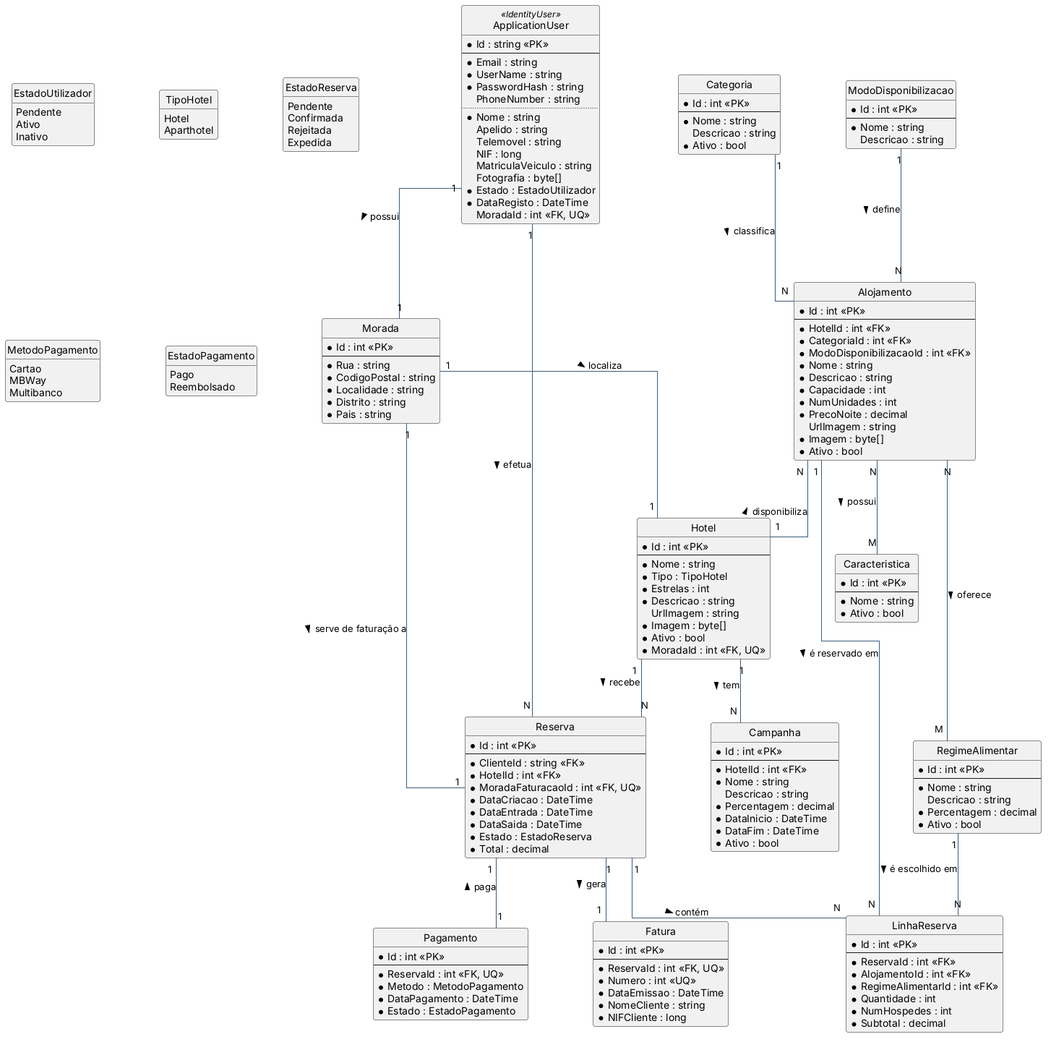
Before: DOCS/MER_MyHotels.png, a diagram exported from PlantUML (leonardoferreira20/pweb). Its diagram source:
```plantuml
@startuml MER_MyHotels

hide circle
hide empty members
skinparam linetype ortho
skinparam nodesep 90
skinparam ranksep 80
skinparam shadowing false
skinparam defaultFontName Arial
skinparam roundCorner 6
skinparam entity {
  BackgroundColor #FFFFFF
  BorderColor #3B5B7A
  HeaderBackgroundColor #DCE7F2
}
skinparam enum {
  BackgroundColor #F7F7F7
  BorderColor #999999
}
skinparam ArrowColor #3B5B7A


entity "ApplicationUser" as user <<IdentityUser>> {
  * Id : string <<PK>>
  --
  * Email : string
  * UserName : string
  * PasswordHash : string
  PhoneNumber : string
  ..
  * Nome : string
  Apelido : string
  Telemovel : string
  NIF : long
  MatriculaVeiculo : string
  Fotografia : byte[]
  * Estado : EstadoUtilizador
  * DataRegisto : DateTime
  MoradaId : int <<FK, UQ>>
}

entity "Morada" as morada {
  * Id : int <<PK>>
  --
  * Rua : string
  * CodigoPostal : string
  * Localidade : string
  * Distrito : string
  * Pais : string
}


entity "Hotel" as hotel {
  * Id : int <<PK>>
  --
  * Nome : string
  * Tipo : TipoHotel
  * Estrelas : int
  * Descricao : string
  UrlImagem : string
  * Imagem : byte[]
  * Ativo : bool
  * MoradaId : int <<FK, UQ>>
}

entity "Categoria" as categoria {
  * Id : int <<PK>>
  --
  * Nome : string
  Descricao : string
  * Ativo : bool
}

entity "ModoDisponibilizacao" as modo {
  * Id : int <<PK>>
  --
  * Nome : string
  Descricao : string
}

entity "Caracteristica" as caracteristica {
  * Id : int <<PK>>
  --
  * Nome : string
  * Ativo : bool
}

entity "Alojamento" as alojamento {
  * Id : int <<PK>>
  --
  * HotelId : int <<FK>>
  * CategoriaId : int <<FK>>
  * ModoDisponibilizacaoId : int <<FK>>
  * Nome : string
  * Descricao : string
  * Capacidade : int
  * NumUnidades : int
  * PrecoNoite : decimal
  UrlImagem : string
  * Imagem : byte[]
  * Ativo : bool
}

entity "RegimeAlimentar" as regime {
  * Id : int <<PK>>
  --
  * Nome : string
  Descricao : string
  * Percentagem : decimal
  * Ativo : bool
}

entity "Campanha" as campanha {
  * Id : int <<PK>>
  --
  * HotelId : int <<FK>>
  * Nome : string
  Descricao : string
  * Percentagem : decimal
  * DataInicio : DateTime
  * DataFim : DateTime
  * Ativo : bool
}


entity "Reserva" as reserva {
  * Id : int <<PK>>
  --
  * ClienteId : string <<FK>>
  * HotelId : int <<FK>>
  * MoradaFaturacaoId : int <<FK, UQ>>
  * DataCriacao : DateTime
  * DataEntrada : DateTime
  * DataSaida : DateTime
  * Estado : EstadoReserva
  * Total : decimal
}

entity "LinhaReserva" as linhaReserva {
  * Id : int <<PK>>
  --
  * ReservaId : int <<FK>>
  * AlojamentoId : int <<FK>>
  * RegimeAlimentarId : int <<FK>>
  * Quantidade : int
  * NumHospedes : int
  * Subtotal : decimal
}


entity "Pagamento" as pagamento {
  * Id : int <<PK>>
  --
  * ReservaId : int <<FK, UQ>>
  * Metodo : MetodoPagamento
  * DataPagamento : DateTime
  * Estado : EstadoPagamento
}

entity "Fatura" as fatura {
  * Id : int <<PK>>
  --
  * ReservaId : int <<FK, UQ>>
  * Numero : int <<UQ>>
  * DataEmissao : DateTime
  * NomeCliente : string
  * NIFCliente : long
}


enum EstadoUtilizador {
  Pendente
  Ativo
  Inativo
}

enum TipoHotel {
  Hotel
  Aparthotel
}

enum EstadoReserva {
  Pendente
  Confirmada
  Rejeitada
  Expedida
}

enum MetodoPagamento {
  Cartao
  MBWay
  Multibanco
}

enum EstadoPagamento {
  Pago
  Reembolsado
}


user           "1" -- "1" morada         : possui >
morada         "1" -- "1" hotel          : localiza >
alojamento     "N" -- "1" hotel          : < disponibiliza
hotel          "1" -- "N" campanha       : tem >
categoria      "1" -- "N" alojamento     : classifica >
modo           "1" -- "N" alojamento     : define >
alojamento     "N" -- "M" regime         : oferece >
alojamento     "N" -- "M" caracteristica : possui >
user           "1" -- "N" reserva        : efetua >
hotel          "1" -- "N" reserva        : recebe >
morada         "1" -- "1" reserva        : serve de faturação a >
reserva        "1" -- "N" linhaReserva   : contém >
alojamento     "1" -- "N" linhaReserva   : é reservado em >
regime         "1" -- "N" linhaReserva   : é escolhido em >
reserva        "1" -- "1" pagamento      : < paga
reserva        "1" -- "1" fatura         : gera >

reserva -[hidden]down- linhaReserva

@enduml
```
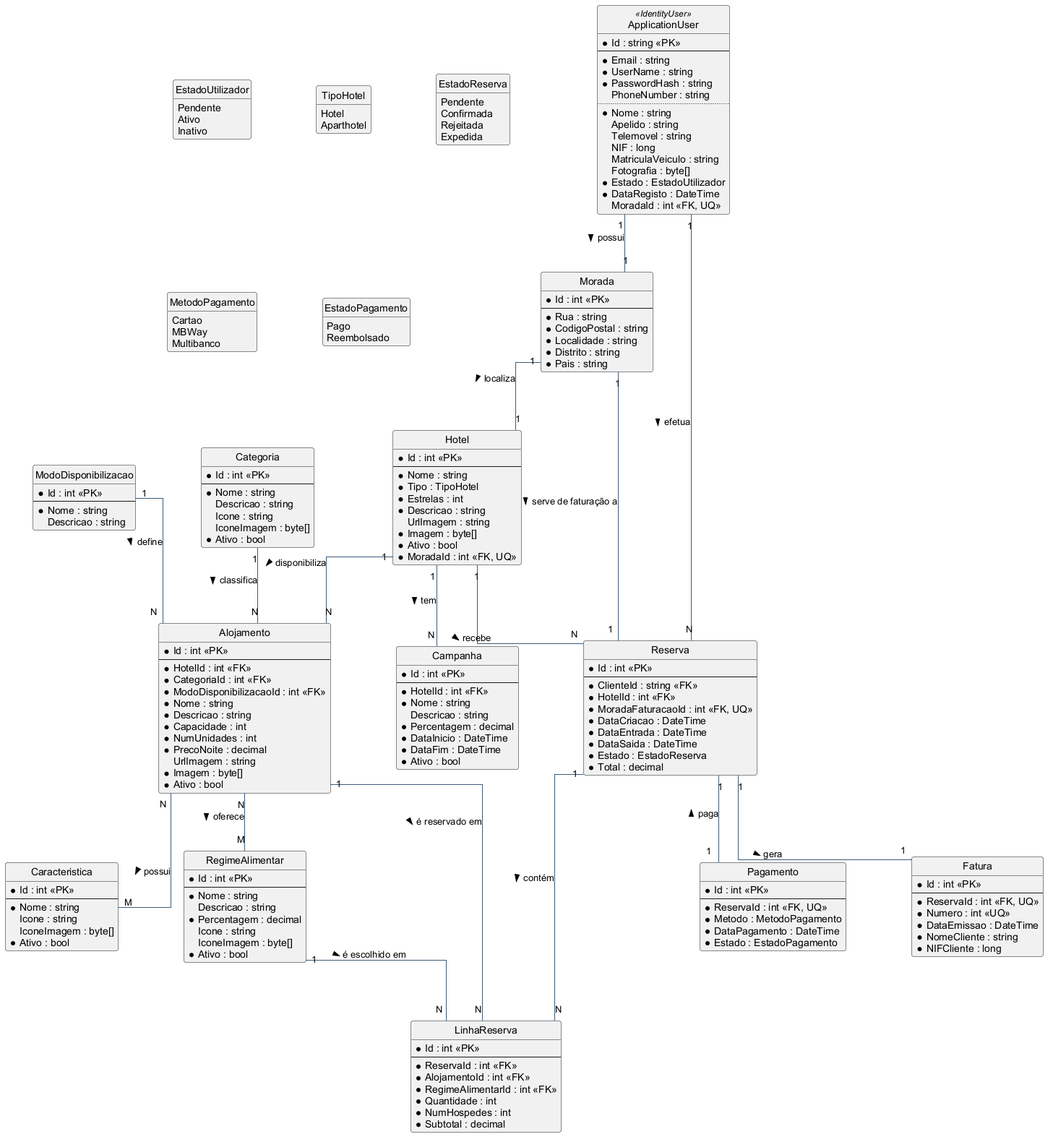
The same diagram one commit later.

What changed in the source:
```diff
@@ -68,6 +68,8 @@
   --
   * Nome : string
   Descricao : string
+  Icone : string
+  IconeImagem : byte[]
   * Ativo : bool
 }
 
@@ -82,6 +84,8 @@
   * Id : int <<PK>>
   --
   * Nome : string
+  Icone : string
+  IconeImagem : byte[]
   * Ativo : bool
 }
 
@@ -107,6 +111,8 @@
   * Nome : string
   Descricao : string
   * Percentagem : decimal
+  Icone : string
+  IconeImagem : byte[]
   * Ativo : bool
 }
 
@@ -200,7 +206,7 @@
 
 user           "1" -- "1" morada         : possui >
 morada         "1" -- "1" hotel          : localiza >
-alojamento     "N" -- "1" hotel          : < disponibiliza
+hotel          "1" -- "N" alojamento     : disponibiliza >
 hotel          "1" -- "N" campanha       : tem >
 categoria      "1" -- "N" alojamento     : classifica >
 modo           "1" -- "N" alojamento     : define >
```
